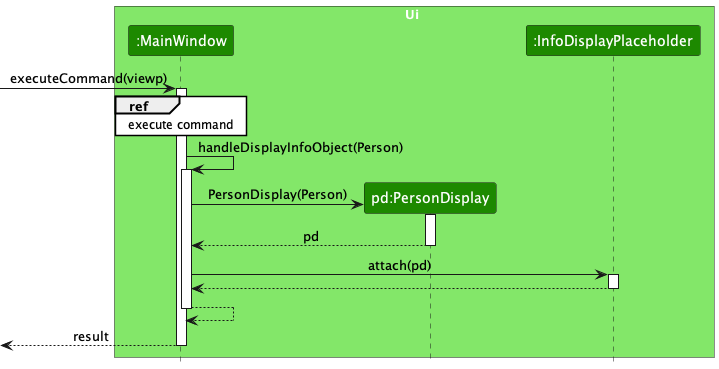
timetraveller-123/tp keeps this PlantUML diagram as docs/images/ViewpSequenceDiagram.png. Above is the earlier version.
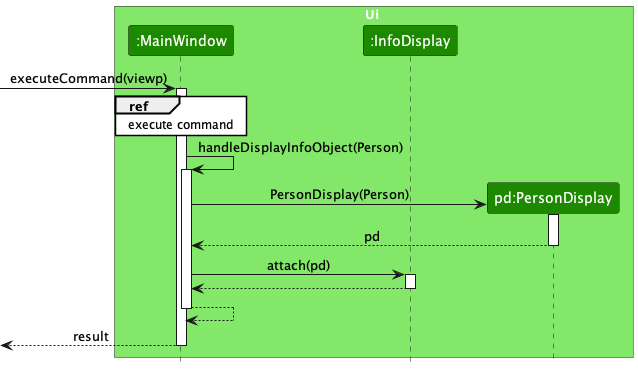
After the commit.

The edit, as a diff of the source:
```diff
@@ -5,7 +5,7 @@
 
 box Ui UI_COLOR_T1
 participant ":MainWindow" as MainWindow UI_COLOR
-participant ":InfoDisplayPlaceholder" as InfoDisplayPlaceholder UI_COLOR
+participant ":InfoDisplay" as InfoDisplay UI_COLOR
 -> MainWindow : executeCommand(viewp)
 activate MainWindow
 
@@ -21,13 +21,11 @@
 PersonDisplay --> MainWindow : pd
 deactivate PersonDisplay
 
-participant ":InfoDisplayPlaceholder" as InfoDisplayPlaceholder UI_COLOR
+MainWindow -> InfoDisplay : attach(pd)
+activate InfoDisplay
 
-MainWindow -> InfoDisplayPlaceholder : attach(pd)
-activate InfoDisplayPlaceholder
-
-InfoDisplayPlaceholder --> MainWindow
-deactivate InfoDisplayPlaceholder
+InfoDisplay --> MainWindow
+deactivate InfoDisplay
 
 MainWindow --> MainWindow
 deactivate MainWindow
```
